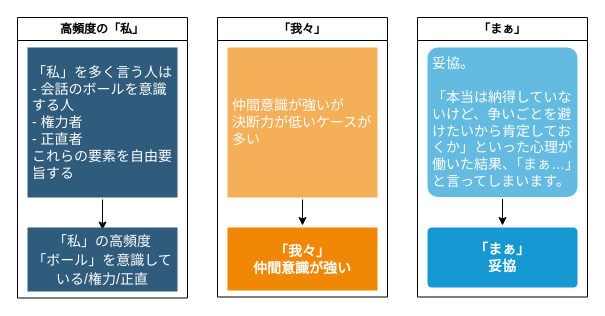
minegishirei/draw_v1 keeps this draw.io diagram as page "eye" (2 of 3) of psy/read.drawio. Above is the earlier version. Source tidied: cells renumbered, new cells numbered last; positions are measured from the earlier drawing's top-left corner, leaving out a move shared by most shapes. Both pictures are drawn from the tidied source at 100%, with x=0, y=0 at pixel (17, 17).
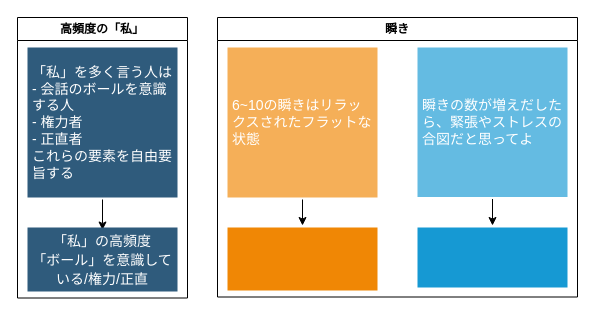
Above is the later version.

Commit message:
read.drawio を更新します

Change to the diagram source:
```diff
@@
 <mxGraphModel>
   <root>
     <mxCell id="0" />
     <mxCell id="1" parent="0" />
     <mxCell id="2" value="高頻度の「私」" style="swimlane;whiteSpace=wrap;html=1;" parent="1" vertex="1">
       <mxGeometry width="170" height="280.5" as="geometry" />
     </mxCell>
     <mxCell id="3" style="edgeStyle=orthogonalEdgeStyle;rounded=0;orthogonalLoop=1;jettySize=auto;html=1;entryX=0.5;entryY=0;entryDx=0;entryDy=0;" parent="2" edge="1">
       <mxGeometry relative="1" as="geometry">
         <mxPoint x="85" y="182" as="sourcePoint" />
         <mxPoint x="85" y="212.5" as="targetPoint" />
       </mxGeometry>
     </mxCell>
     <mxCell id="4" value="&lt;div style=&quot;border-color: var(--border-color);&quot;&gt;&lt;div style=&quot;border-color: var(--border-color);&quot;&gt;「私」を多く言う人は&lt;/div&gt;&lt;div style=&quot;border-color: var(--border-color);&quot;&gt;- 会話のボールを意識する人&lt;/div&gt;&lt;div style=&quot;border-color: var(--border-color);&quot;&gt;- 権力者&lt;/div&gt;&lt;div style=&quot;border-color: var(--border-color);&quot;&gt;- 正直者&lt;/div&gt;&lt;div style=&quot;border-color: var(--border-color);&quot;&gt;これらの要素を自由要旨する&lt;/div&gt;&lt;/div&gt;" style="rounded=1;whiteSpace=wrap;html=1;shadow=0;labelBackgroundColor=none;strokeColor=none;strokeWidth=3;fillColor=#2F5B7C;fontFamily=Helvetica;fontSize=14;fontColor=#FFFFFF;align=left;spacing=5;arcSize=0;perimeterSpacing=2;" parent="2" vertex="1">
       <mxGeometry x="10" y="30" width="150" height="150" as="geometry" />
     </mxCell>
     <mxCell id="5" value="&lt;span style=&quot;font-size: 14px; font-weight: 400;&quot;&gt;「私」の高頻度&lt;/span&gt;&lt;div&gt;&lt;span style=&quot;font-size: 14px; font-weight: 400;&quot;&gt;「ボール」を意識している/権力/正直&lt;/span&gt;&lt;br&gt;&lt;/div&gt;" style="rounded=1;whiteSpace=wrap;html=1;shadow=0;labelBackgroundColor=none;strokeColor=none;strokeWidth=3;fillColor=#2F5B7C;fontFamily=Helvetica;fontSize=16;fontColor=#FFFFFF;align=center;fontStyle=1;spacing=5;arcSize=0;perimeterSpacing=2;" parent="2" vertex="1">
       <mxGeometry x="10" y="210" width="150" height="64" as="geometry" />
     </mxCell>
-    <mxCell id="6" value="「我々」" style="swimlane;whiteSpace=wrap;html=1;" parent="1" vertex="1">
-      <mxGeometry x="200" width="170" height="279.5" as="geometry" />
+    <mxCell id="6" value="瞬き" style="swimlane;whiteSpace=wrap;html=1;startSize=23;" parent="1" vertex="1">
+      <mxGeometry x="200" width="360" height="279.5" as="geometry" />
     </mxCell>
-    <mxCell id="7" value="&lt;div&gt;「我々」&lt;/div&gt;仲間意識が強い" style="rounded=1;whiteSpace=wrap;html=1;shadow=0;labelBackgroundColor=none;strokeColor=none;strokeWidth=3;fillColor=#F08705;fontFamily=Helvetica;fontSize=14;fontColor=#FFFFFF;align=center;spacing=5;fontStyle=1;arcSize=0;perimeterSpacing=2;" parent="6" vertex="1">
+    <mxCell id="7" value="&lt;div&gt;&lt;/div&gt;" style="rounded=1;whiteSpace=wrap;html=1;shadow=0;labelBackgroundColor=none;strokeColor=none;strokeWidth=3;fillColor=#F08705;fontFamily=Helvetica;fontSize=14;fontColor=#FFFFFF;align=center;spacing=5;fontStyle=1;arcSize=0;perimeterSpacing=2;" parent="6" vertex="1">
       <mxGeometry x="10" y="210" width="150" height="63" as="geometry" />
     </mxCell>
     <mxCell id="8" style="edgeStyle=orthogonalEdgeStyle;rounded=0;jettySize=auto;html=1;" parent="6" edge="1" source="9" target="7">
       <mxGeometry relative="1" as="geometry" />
     </mxCell>
-    <mxCell id="9" value="仲間意識が強いが&lt;div&gt;決断力が低いケースが多い&lt;/div&gt;" style="rounded=1;whiteSpace=wrap;html=1;shadow=0;labelBackgroundColor=none;strokeColor=none;strokeWidth=3;fillColor=#f5af58;fontFamily=Helvetica;fontSize=14;fontColor=#FFFFFF;align=left;spacing=5;arcSize=0;perimeterSpacing=2;" parent="6" vertex="1">
+    <mxCell id="9" value="6~10の瞬きはリラックスされたフラットな状態" style="rounded=1;whiteSpace=wrap;html=1;shadow=0;labelBackgroundColor=none;strokeColor=none;strokeWidth=3;fillColor=#f5af58;fontFamily=Helvetica;fontSize=14;fontColor=#FFFFFF;align=left;spacing=5;arcSize=0;perimeterSpacing=2;" parent="6" vertex="1">
       <mxGeometry x="10" y="30" width="150" height="150" as="geometry" />
     </mxCell>
-    <mxCell id="10" value="「まぁ」" style="swimlane;whiteSpace=wrap;html=1;" parent="1" vertex="1">
-      <mxGeometry x="400" width="170" height="279.5" as="geometry" />
-    </mxCell>
-    <mxCell id="11" value="「まぁ」&lt;br&gt;&lt;div&gt;妥協&lt;/div&gt;" style="rounded=1;whiteSpace=wrap;html=1;shadow=0;labelBackgroundColor=none;strokeColor=none;strokeWidth=3;fillColor=#1699d3;fontFamily=Helvetica;fontSize=14;fontColor=#FFFFFF;align=center;spacing=5;fontStyle=1;arcSize=7;perimeterSpacing=2;" parent="10" vertex="1">
-      <mxGeometry x="10" y="210" width="150" height="60" as="geometry" />
+    <mxCell id="11" style="rounded=1;whiteSpace=wrap;html=1;shadow=0;labelBackgroundColor=none;strokeColor=none;strokeWidth=3;fillColor=#1699d3;fontFamily=Helvetica;fontSize=14;fontColor=#FFFFFF;align=center;spacing=5;fontStyle=1;arcSize=0;perimeterSpacing=2;" parent="6" vertex="1">
+      <mxGeometry x="200" y="210" width="150" height="60" as="geometry" />
     </mxCell>
-    <mxCell id="12" style="edgeStyle=orthogonalEdgeStyle;rounded=0;jettySize=auto;html=1;entryX=0.5;entryY=0;entryDx=0;entryDy=0;" parent="10" edge="1" source="13" target="11">
+    <mxCell id="12" style="edgeStyle=orthogonalEdgeStyle;rounded=0;jettySize=auto;html=1;entryX=0.5;entryY=0;entryDx=0;entryDy=0;" parent="6" edge="1" source="13" target="11">
       <mxGeometry relative="1" as="geometry" />
     </mxCell>
-    <mxCell id="13" value="&lt;div&gt;妥協。&lt;/div&gt;&lt;div&gt;&lt;br&gt;&lt;/div&gt;&lt;div&gt;「本当は納得していないけど、争いごとを避けたいから肯定しておくか」といった心理が働いた結果、「まぁ…」と言ってしまいます。&lt;/div&gt;" style="rounded=1;whiteSpace=wrap;html=1;shadow=0;labelBackgroundColor=none;strokeColor=none;strokeWidth=3;fillColor=#64bbe2;fontFamily=Helvetica;fontSize=14;fontColor=#FFFFFF;align=left;spacing=5;arcSize=7;perimeterSpacing=2;" parent="10" vertex="1">
-      <mxGeometry x="10" y="30" width="150" height="149.5" as="geometry" />
+    <mxCell id="13" value="瞬きの数が増えだしたら、緊張やストレスの合図だと思ってよ" style="rounded=1;whiteSpace=wrap;html=1;shadow=0;labelBackgroundColor=none;strokeColor=none;strokeWidth=3;fillColor=#64bbe2;fontFamily=Helvetica;fontSize=14;fontColor=#FFFFFF;align=left;spacing=5;arcSize=0;perimeterSpacing=2;" parent="6" vertex="1">
+      <mxGeometry x="200" y="30" width="150" height="149.5" as="geometry" />
     </mxCell>
   </root>
 </mxGraphModel>
```
